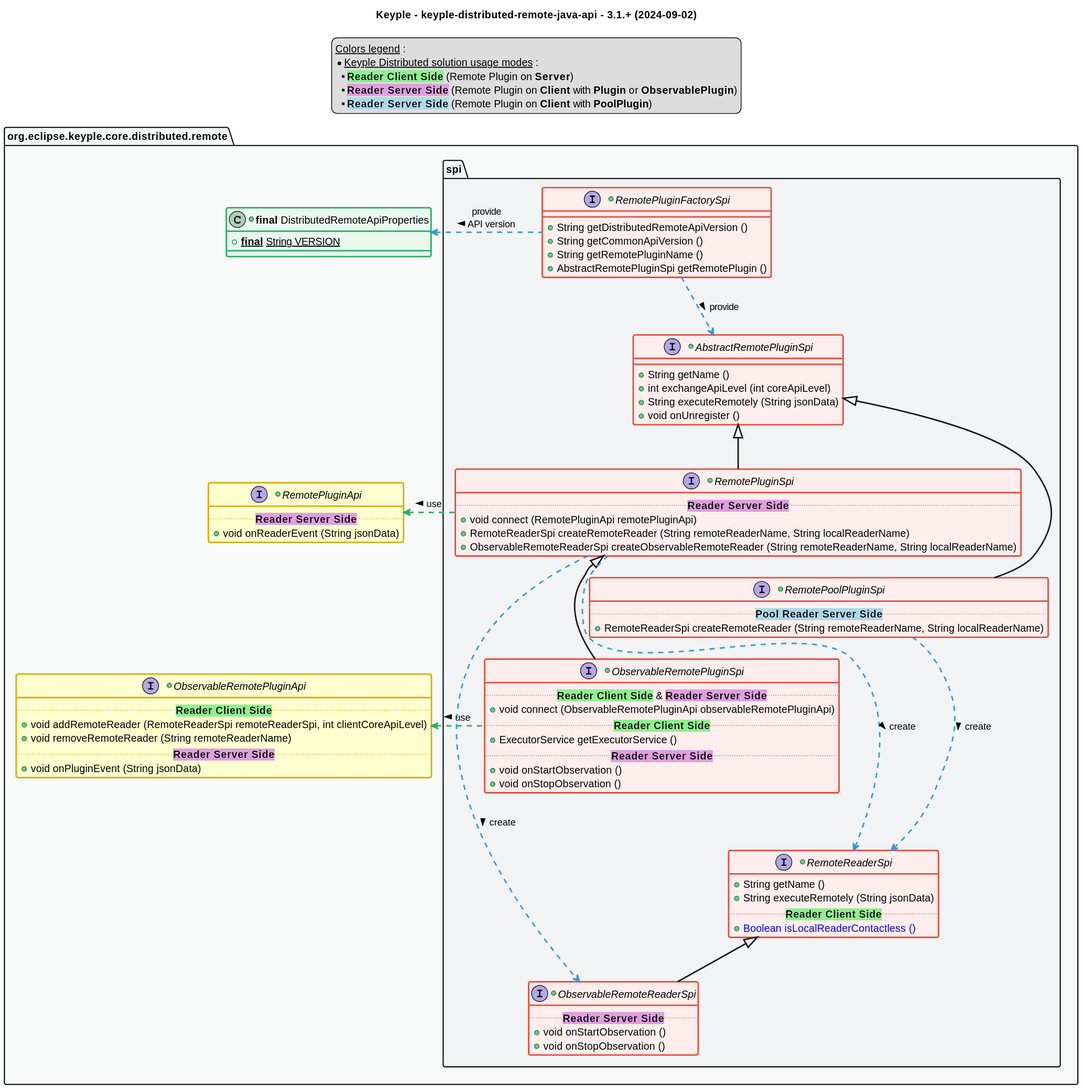
Before: src/main/uml/api_class_diagram.svg, a diagram exported from PlantUML (eclipse-keyple/keyple-distributed-remote-java-api).
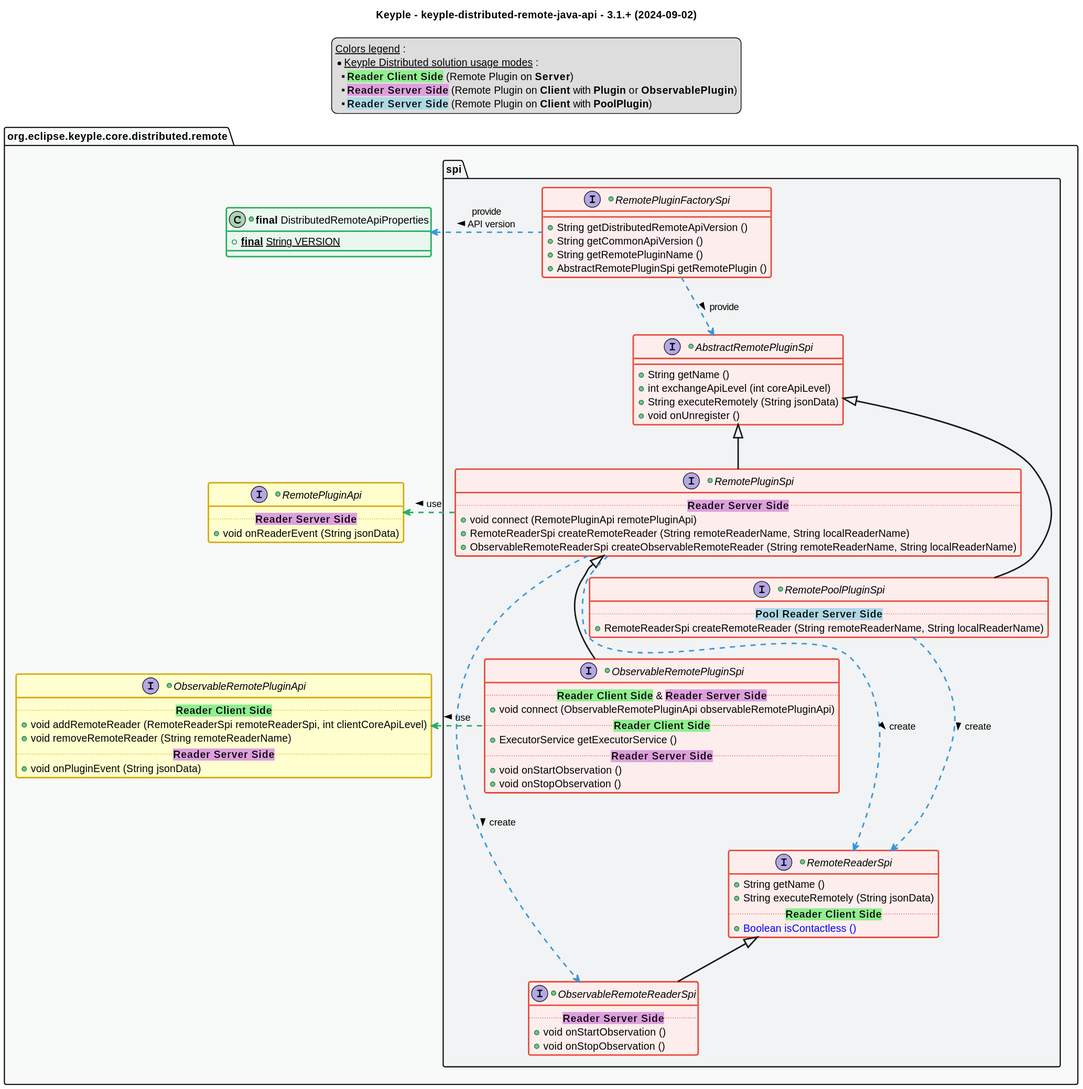
Above is the later version.

Commit message:
feat: optimize Distributed solution with "isContactless" flag

The edit, as a diff of the source:
```diff
@@ -99,7 +99,7 @@
             +String getName ()
             +String executeRemotely (String jsonData)
             .. <back:lightGreen>**Reader Client Side**</back> ..
-            +<color:blue>Boolean isLocalReaderContactless ()
+            +<color:blue>Boolean isContactless ()
         }
         +interface ObservableRemoteReaderSpi <<red>> extends RemoteReaderSpi {
             .. <back:plum>**Reader Server Side**</back> ..
```
